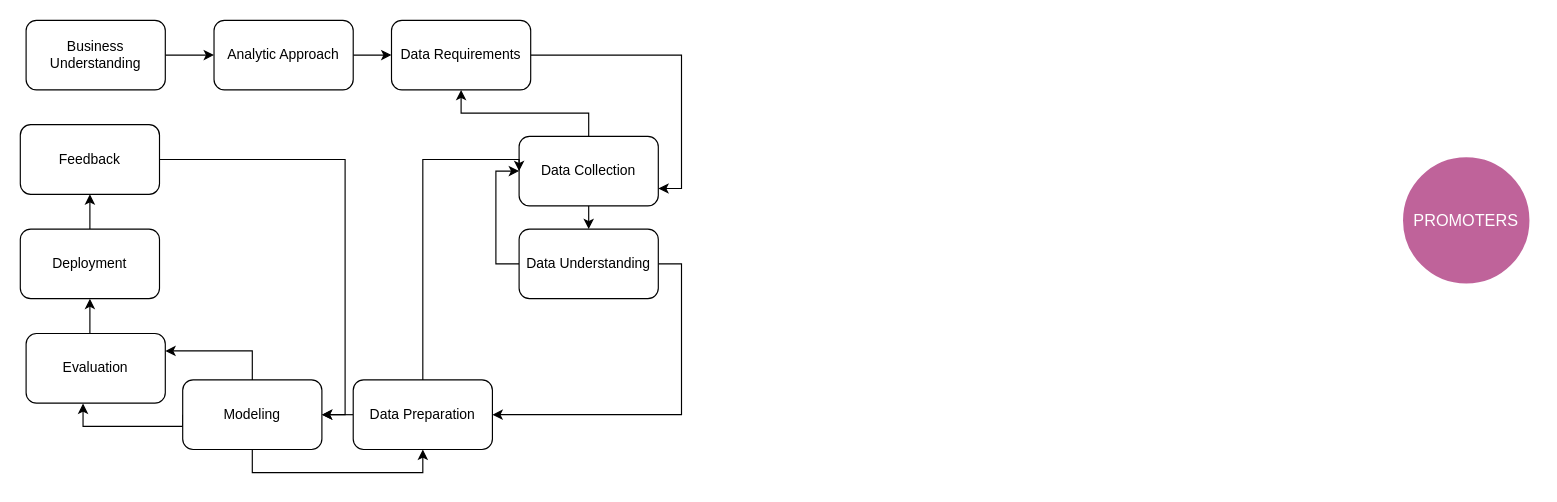
This is Methodology.drawio from joiedevivre02/Predicting-House-Loan, a draw.io file, before an edit. Source tidied: cells renumbered, new cells numbered last; positions are measured from the earlier drawing's top-left corner, leaving out a move shared by most shapes. Both pictures are drawn from the tidied source at 116%, with x=0, y=0 at pixel (20, 20).
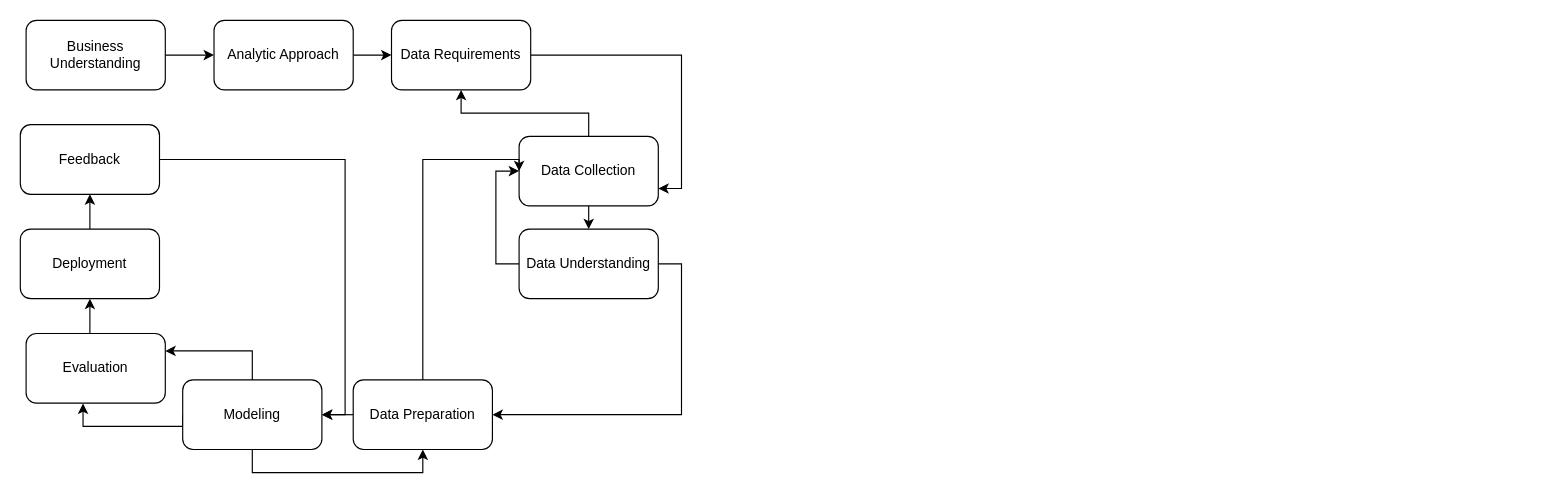
The same page after the edit.

What changed in the source:
```diff
@@
-    <mxCell id="2" value="PROMOTERS" style="ellipse;whiteSpace=wrap;html=1;rounded=0;shadow=0;strokeWidth=6;fontSize=14;align=center;fillColor=#BF639A;strokeColor=#FFFFFF;fontColor=#FFFFFF;" parent="1" vertex="1">
-      <mxGeometry x="1189" y="115" width="115" height="115" as="geometry" />
-    </mxCell>
```
